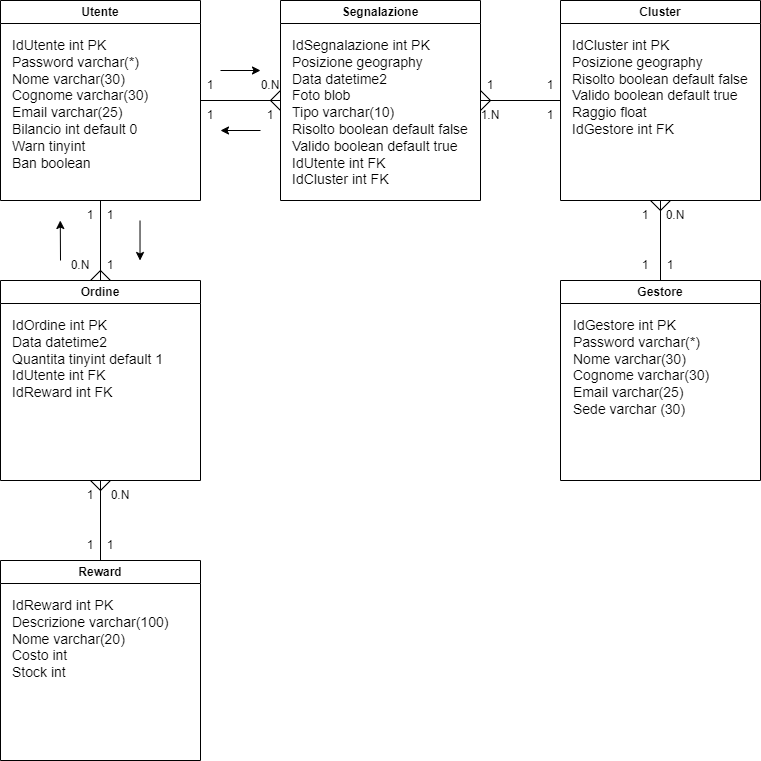
Earlier version of the draw.io export Materiale Progettazione/DiagrammaER/ModelloER.png (Gruppo-IS44/Comune-Pulito-bead80e0). Source tidied: cells renumbered, new cells last; positions are measured from the earlier drawing's top-left corner, leaving out a move shared by most shapes.
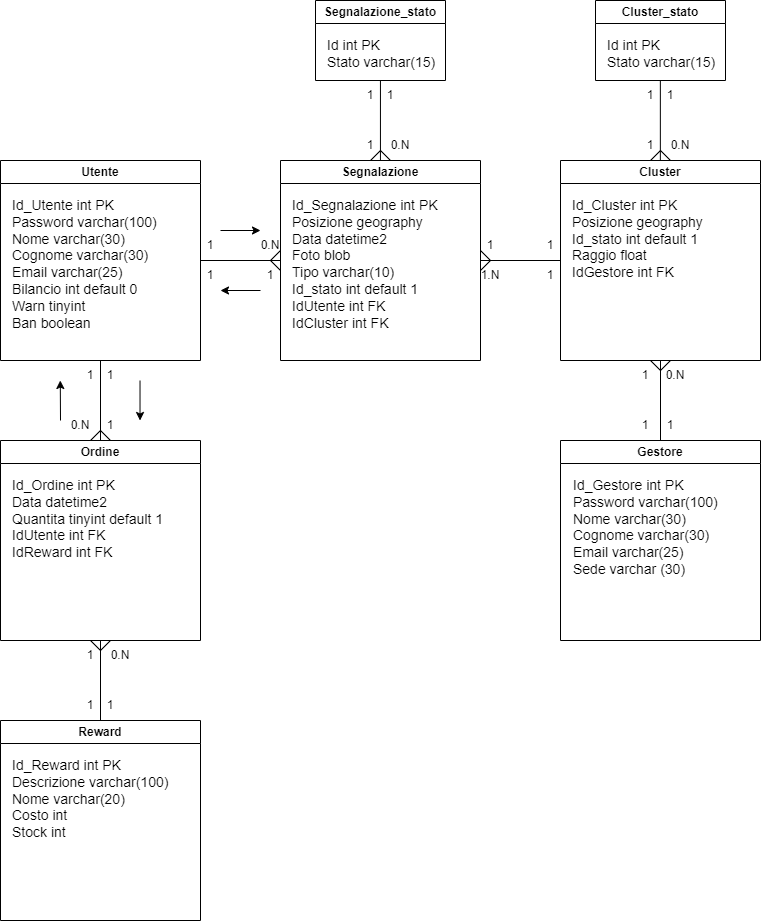
Above is the later version.

Change to the diagram source:
```diff
@@ -5,19 +5,19 @@
     <mxCell id="2" value="Utente" style="swimlane;whiteSpace=wrap;html=1;" parent="1" vertex="1">
       <mxGeometry width="200" height="200" as="geometry" />
     </mxCell>
-    <mxCell id="3" value="&lt;font style=&quot;font-size: 14px;&quot;&gt;IdUtente int PK&lt;br&gt;Password varchar(*)&lt;br&gt;Nome varchar(30)&lt;br&gt;Cognome varchar(30)&lt;br&gt;Email varchar(25)&lt;br&gt;Bilancio int default 0&lt;br&gt;Warn tinyint&lt;br&gt;Ban boolean&lt;br&gt;&lt;br&gt;&lt;/font&gt;" style="text;html=1;strokeColor=none;fillColor=none;align=left;verticalAlign=top;whiteSpace=wrap;rounded=0;" parent="2" vertex="1">
+    <mxCell id="3" value="&lt;font style=&quot;font-size: 14px;&quot;&gt;Id_Utente int PK&lt;br&gt;Password varchar(100)&lt;br&gt;Nome varchar(30)&lt;br&gt;Cognome varchar(30)&lt;br&gt;Email varchar(25)&lt;br&gt;Bilancio int default 0&lt;br&gt;Warn tinyint&lt;br&gt;Ban boolean&lt;br&gt;&lt;br&gt;&lt;/font&gt;" style="text;html=1;strokeColor=none;fillColor=none;align=left;verticalAlign=top;whiteSpace=wrap;rounded=0;" parent="2" vertex="1">
       <mxGeometry x="10" y="30" width="180" height="160" as="geometry" />
     </mxCell>
     <mxCell id="4" value="Segnalazione" style="swimlane;whiteSpace=wrap;html=1;" parent="1" vertex="1">
       <mxGeometry x="280" width="200" height="200" as="geometry" />
     </mxCell>
-    <mxCell id="5" value="IdSegnalazione int PK&lt;br&gt;Posizione geography&lt;br&gt;Data datetime2&lt;br&gt;Foto blob&lt;br&gt;Tipo varchar(10)&lt;br&gt;Risolto boolean default false&lt;br&gt;Valido boolean default true&lt;br&gt;IdUtente int FK&lt;br&gt;IdCluster int FK" style="text;html=1;strokeColor=none;fillColor=none;align=left;verticalAlign=top;whiteSpace=wrap;rounded=0;fontSize=14;" parent="4" vertex="1">
+    <mxCell id="5" value="Id_Segnalazione int PK&lt;br&gt;Posizione geography&lt;br&gt;Data datetime2&lt;br&gt;Foto blob&lt;br&gt;Tipo varchar(10)&lt;br&gt;Id_stato int default 1&amp;nbsp;&lt;br&gt;IdUtente int FK&lt;br&gt;IdCluster int FK" style="text;html=1;strokeColor=none;fillColor=none;align=left;verticalAlign=top;whiteSpace=wrap;rounded=0;fontSize=14;" parent="4" vertex="1">
       <mxGeometry x="10" y="30" width="180" height="160" as="geometry" />
     </mxCell>
     <mxCell id="6" value="Cluster" style="swimlane;whiteSpace=wrap;html=1;" parent="1" vertex="1">
       <mxGeometry x="560" width="200" height="200" as="geometry" />
     </mxCell>
-    <mxCell id="7" value="IdCluster int PK&lt;br&gt;Posizione geography&lt;br&gt;Risolto boolean default false&lt;br&gt;Valido boolean default true&lt;br&gt;Raggio float&lt;br&gt;IdGestore int FK" style="text;html=1;strokeColor=none;fillColor=none;align=left;verticalAlign=top;whiteSpace=wrap;rounded=0;fontSize=14;" parent="6" vertex="1">
+    <mxCell id="7" value="Id_Cluster int PK&lt;br&gt;Posizione geography&lt;br&gt;Id_stato int default 1&lt;br&gt;Raggio float&lt;br&gt;IdGestore int FK" style="text;html=1;strokeColor=none;fillColor=none;align=left;verticalAlign=top;whiteSpace=wrap;rounded=0;fontSize=14;" parent="6" vertex="1">
       <mxGeometry x="10" y="30" width="180" height="160" as="geometry" />
     </mxCell>
     <mxCell id="8" value="1" style="text;html=1;strokeColor=none;fillColor=none;align=center;verticalAlign=middle;whiteSpace=wrap;rounded=0;fontSize=12;" parent="6" vertex="1">
@@ -26,22 +26,28 @@
     <mxCell id="9" value="1" style="text;html=1;strokeColor=none;fillColor=none;align=center;verticalAlign=middle;whiteSpace=wrap;rounded=0;fontSize=12;" parent="6" vertex="1">
       <mxGeometry x="-40" y="100" width="60" height="30" as="geometry" />
     </mxCell>
+    <mxCell id="53" style="endArrow=none;html=1;rounded=0;" parent="6" edge="1">
+      <mxGeometry relative="1" as="geometry">
+        <mxPoint x="110" as="sourcePoint" />
+        <mxPoint x="100" y="-10" as="targetPoint" />
+      </mxGeometry>
+    </mxCell>
     <mxCell id="10" value="Ordine" style="swimlane;whiteSpace=wrap;html=1;" parent="1" vertex="1">
       <mxGeometry y="280" width="200" height="200" as="geometry" />
     </mxCell>
-    <mxCell id="11" value="IdOrdine int PK&lt;br&gt;Data datetime2&lt;br&gt;Quantita tinyint default 1&lt;br&gt;IdUtente int FK&lt;br&gt;IdReward int FK" style="text;html=1;strokeColor=none;fillColor=none;align=left;verticalAlign=top;whiteSpace=wrap;rounded=0;fontSize=14;" parent="10" vertex="1">
+    <mxCell id="11" value="Id_Ordine int PK&lt;br&gt;Data datetime2&lt;br&gt;Quantita tinyint default 1&lt;br&gt;IdUtente int FK&lt;br&gt;IdReward int FK" style="text;html=1;strokeColor=none;fillColor=none;align=left;verticalAlign=top;whiteSpace=wrap;rounded=0;fontSize=14;" parent="10" vertex="1">
       <mxGeometry x="10" y="30" width="180" height="160" as="geometry" />
     </mxCell>
     <mxCell id="12" value="Reward" style="swimlane;whiteSpace=wrap;html=1;" parent="1" vertex="1">
       <mxGeometry y="560" width="200" height="200" as="geometry" />
     </mxCell>
-    <mxCell id="13" value="IdReward int PK&lt;br&gt;Descrizione varchar(100)&lt;br&gt;Nome varchar(20)&lt;br&gt;Costo int&lt;br&gt;Stock int" style="text;html=1;strokeColor=none;fillColor=none;align=left;verticalAlign=top;whiteSpace=wrap;rounded=0;fontSize=14;" parent="12" vertex="1">
+    <mxCell id="13" value="Id_Reward int PK&lt;br&gt;Descrizione varchar(100)&lt;br&gt;Nome varchar(20)&lt;br&gt;Costo int&lt;br&gt;Stock int" style="text;html=1;strokeColor=none;fillColor=none;align=left;verticalAlign=top;whiteSpace=wrap;rounded=0;fontSize=14;" parent="12" vertex="1">
       <mxGeometry x="10" y="30" width="180" height="160" as="geometry" />
     </mxCell>
     <mxCell id="14" value="Gestore" style="swimlane;whiteSpace=wrap;html=1;" parent="1" vertex="1">
       <mxGeometry x="560" y="280" width="200" height="200" as="geometry" />
     </mxCell>
-    <mxCell id="15" value="IdGestore int PK&lt;br&gt;Password varchar(*)&lt;br&gt;Nome varchar(30)&lt;br&gt;Cognome varchar(30)&lt;br&gt;Email varchar(25)&lt;br&gt;Sede varchar (30)" style="text;html=1;strokeColor=none;fillColor=none;align=left;verticalAlign=top;whiteSpace=wrap;rounded=0;fontSize=14;" parent="14" vertex="1">
+    <mxCell id="15" value="Id_Gestore int PK&lt;br&gt;Password varchar(100)&lt;br&gt;Nome varchar(30)&lt;br&gt;Cognome varchar(30)&lt;br&gt;Email varchar(25)&lt;br&gt;Sede varchar (30)" style="text;html=1;strokeColor=none;fillColor=none;align=left;verticalAlign=top;whiteSpace=wrap;rounded=0;fontSize=14;" parent="14" vertex="1">
       <mxGeometry x="11" y="30" width="180" height="160" as="geometry" />
     </mxCell>
     <mxCell id="16" style="endArrow=none;html=1;rounded=0;fontSize=14;entryX=0.5;entryY=1;entryDx=0;entryDy=0;" parent="1" edge="1" target="10">
@@ -207,5 +213,71 @@
         <mxPoint x="59.8" y="220" as="targetPoint" />
       </mxGeometry>
     </mxCell>
+    <mxCell id="54" value="Segnalazione_stato" style="swimlane;whiteSpace=wrap;html=1;" parent="1" vertex="1">
+      <mxGeometry x="315" y="-160" width="130" height="80" as="geometry" />
+    </mxCell>
+    <mxCell id="55" value="Id int PK&lt;br&gt;Stato varchar(15)" style="text;html=1;strokeColor=none;fillColor=none;align=left;verticalAlign=top;whiteSpace=wrap;rounded=0;fontSize=14;" parent="54" vertex="1">
+      <mxGeometry x="10" y="30" width="120" height="50" as="geometry" />
+    </mxCell>
+    <mxCell id="56" style="endArrow=none;html=1;rounded=0;" parent="1" edge="1">
+      <mxGeometry relative="1" as="geometry">
+        <mxPoint x="379.9" as="sourcePoint" />
+        <mxPoint x="379.9" y="-80" as="targetPoint" />
+      </mxGeometry>
+    </mxCell>
+    <mxCell id="57" value="1" style="text;html=1;strokeColor=none;fillColor=none;align=center;verticalAlign=middle;whiteSpace=wrap;rounded=0;fontSize=12;" parent="1" vertex="1">
+      <mxGeometry x="360" y="-80" width="60" height="30" as="geometry" />
+    </mxCell>
+    <mxCell id="58" value="0.N" style="text;html=1;strokeColor=none;fillColor=none;align=center;verticalAlign=middle;whiteSpace=wrap;rounded=0;fontSize=12;" parent="1" vertex="1">
+      <mxGeometry x="370" y="-30" width="60" height="30" as="geometry" />
+    </mxCell>
+    <mxCell id="59" value="1" style="text;html=1;strokeColor=none;fillColor=none;align=center;verticalAlign=middle;whiteSpace=wrap;rounded=0;fontSize=12;" parent="1" vertex="1">
+      <mxGeometry x="340" y="-80" width="60" height="30" as="geometry" />
+    </mxCell>
+    <mxCell id="60" value="1" style="text;html=1;strokeColor=none;fillColor=none;align=center;verticalAlign=middle;whiteSpace=wrap;rounded=0;fontSize=12;" parent="1" vertex="1">
+      <mxGeometry x="340" y="-30" width="60" height="30" as="geometry" />
+    </mxCell>
+    <mxCell id="61" value="Cluster_stato" style="swimlane;whiteSpace=wrap;html=1;" parent="1" vertex="1">
+      <mxGeometry x="595" y="-160" width="130" height="80" as="geometry" />
+    </mxCell>
+    <mxCell id="62" value="Id int PK&lt;br&gt;Stato varchar(15)" style="text;html=1;strokeColor=none;fillColor=none;align=left;verticalAlign=top;whiteSpace=wrap;rounded=0;fontSize=14;" parent="61" vertex="1">
+      <mxGeometry x="10" y="30" width="120" height="50" as="geometry" />
+    </mxCell>
+    <mxCell id="63" style="endArrow=none;html=1;rounded=0;" parent="1" edge="1">
+      <mxGeometry relative="1" as="geometry">
+        <mxPoint x="659.8" as="sourcePoint" />
+        <mxPoint x="659.8" y="-80" as="targetPoint" />
+      </mxGeometry>
+    </mxCell>
+    <mxCell id="64" value="1" style="text;html=1;strokeColor=none;fillColor=none;align=center;verticalAlign=middle;whiteSpace=wrap;rounded=0;fontSize=12;" parent="1" vertex="1">
+      <mxGeometry x="640" y="-80" width="60" height="30" as="geometry" />
+    </mxCell>
+    <mxCell id="65" value="0.N" style="text;html=1;strokeColor=none;fillColor=none;align=center;verticalAlign=middle;whiteSpace=wrap;rounded=0;fontSize=12;" parent="1" vertex="1">
+      <mxGeometry x="650" y="-30" width="60" height="30" as="geometry" />
+    </mxCell>
+    <mxCell id="66" value="1" style="text;html=1;strokeColor=none;fillColor=none;align=center;verticalAlign=middle;whiteSpace=wrap;rounded=0;fontSize=12;" parent="1" vertex="1">
+      <mxGeometry x="620" y="-80" width="60" height="30" as="geometry" />
+    </mxCell>
+    <mxCell id="67" value="1" style="text;html=1;strokeColor=none;fillColor=none;align=center;verticalAlign=middle;whiteSpace=wrap;rounded=0;fontSize=12;" parent="1" vertex="1">
+      <mxGeometry x="620" y="-30" width="60" height="30" as="geometry" />
+    </mxCell>
+    <mxCell id="68" style="endArrow=none;html=1;rounded=0;" parent="1" edge="1">
+      <mxGeometry relative="1" as="geometry">
+        <mxPoint x="650" as="sourcePoint" />
+        <mxPoint x="660" y="-10" as="targetPoint" />
+      </mxGeometry>
+    </mxCell>
+    <mxCell id="69" style="endArrow=none;html=1;rounded=0;" parent="1" edge="1">
+      <mxGeometry relative="1" as="geometry">
+        <mxPoint x="370" as="sourcePoint" />
+        <mxPoint x="380" y="-10" as="targetPoint" />
+      </mxGeometry>
+    </mxCell>
+    <mxCell id="70" style="endArrow=none;html=1;rounded=0;" parent="1" edge="1">
+      <mxGeometry relative="1" as="geometry">
+        <mxPoint x="390" as="sourcePoint" />
+        <mxPoint x="380" y="-10" as="targetPoint" />
+      </mxGeometry>
+    </mxCell>
   </root>
 </mxGraphModel>
```
